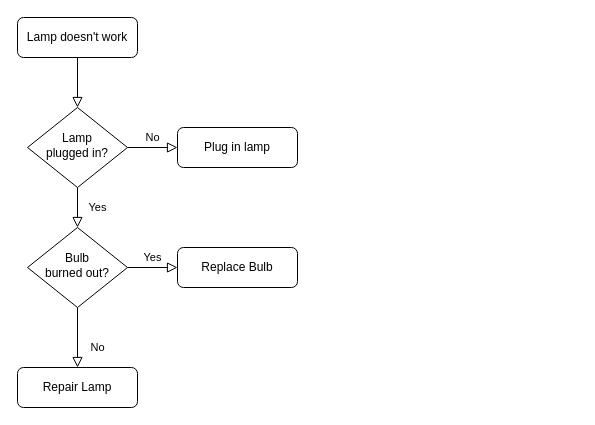
Before: Untitled Diagram.drawio in Cmart94/printf, a draw.io diagram. Source tidied: cells renumbered, new cells numbered last; positions are measured from the earlier drawing's top-left corner, leaving out a move shared by most shapes. Both pictures are drawn from the tidied source at 100%, with x=0, y=0 at pixel (17, 17).
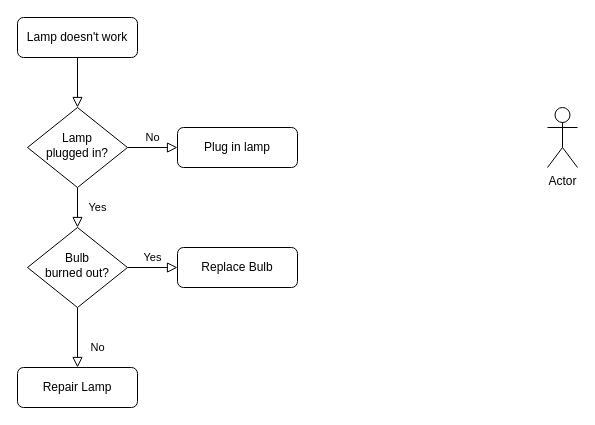
After the change.

Diff of the diagram source:
```diff
@@
 <mxGraphModel>
   <root>
     <mxCell id="0" />
     <mxCell id="1" parent="0" />
     <mxCell id="2" style="rounded=0;html=1;jettySize=auto;fontSize=11;endArrow=block;endFill=0;endSize=8;strokeWidth=1;shadow=0;labelBackgroundColor=none;edgeStyle=orthogonalEdgeStyle;" parent="1" edge="1" source="3" target="6">
       <mxGeometry relative="1" as="geometry" />
     </mxCell>
     <mxCell id="3" value="Lamp doesn't work" style="rounded=1;whiteSpace=wrap;html=1;fontSize=12;glass=0;strokeWidth=1;shadow=0;" parent="1" vertex="1">
       <mxGeometry width="120" height="40" as="geometry" />
     </mxCell>
     <mxCell id="4" value="Yes" style="rounded=0;html=1;jettySize=auto;fontSize=11;endArrow=block;endFill=0;endSize=8;strokeWidth=1;shadow=0;labelBackgroundColor=none;edgeStyle=orthogonalEdgeStyle;" parent="1" edge="1" source="6" target="10">
       <mxGeometry y="20" relative="1" as="geometry" />
     </mxCell>
     <mxCell id="5" value="No" style="edgeStyle=orthogonalEdgeStyle;rounded=0;html=1;jettySize=auto;fontSize=11;endArrow=block;endFill=0;endSize=8;strokeWidth=1;shadow=0;labelBackgroundColor=none;" parent="1" edge="1" source="6" target="7">
       <mxGeometry y="10" relative="1" as="geometry" />
     </mxCell>
     <mxCell id="6" value="Lamp&lt;br&gt;plugged in?" style="rhombus;whiteSpace=wrap;html=1;shadow=0;fontFamily=Helvetica;fontSize=12;align=center;strokeWidth=1;spacing=6;spacingTop=-4;" parent="1" vertex="1">
       <mxGeometry x="10" y="90" width="100" height="80" as="geometry" />
     </mxCell>
     <mxCell id="7" value="Plug in lamp" style="rounded=1;whiteSpace=wrap;html=1;fontSize=12;glass=0;strokeWidth=1;shadow=0;" parent="1" vertex="1">
       <mxGeometry x="160" y="110" width="120" height="40" as="geometry" />
     </mxCell>
     <mxCell id="8" value="No" style="rounded=0;html=1;jettySize=auto;fontSize=11;endArrow=block;endFill=0;endSize=8;strokeWidth=1;shadow=0;labelBackgroundColor=none;edgeStyle=orthogonalEdgeStyle;" parent="1" edge="1" source="10" target="11">
       <mxGeometry x="0.33" y="20" relative="1" as="geometry" />
     </mxCell>
     <mxCell id="9" value="Yes" style="edgeStyle=orthogonalEdgeStyle;rounded=0;html=1;jettySize=auto;fontSize=11;endArrow=block;endFill=0;endSize=8;strokeWidth=1;shadow=0;labelBackgroundColor=none;" parent="1" edge="1" source="10" target="12">
       <mxGeometry y="10" relative="1" as="geometry" />
     </mxCell>
     <mxCell id="10" value="Bulb&lt;br&gt;burned out?" style="rhombus;whiteSpace=wrap;html=1;shadow=0;fontFamily=Helvetica;fontSize=12;align=center;strokeWidth=1;spacing=6;spacingTop=-4;" parent="1" vertex="1">
       <mxGeometry x="10" y="210" width="100" height="80" as="geometry" />
     </mxCell>
     <mxCell id="11" value="Repair Lamp" style="rounded=1;whiteSpace=wrap;html=1;fontSize=12;glass=0;strokeWidth=1;shadow=0;" parent="1" vertex="1">
       <mxGeometry y="350" width="120" height="40" as="geometry" />
     </mxCell>
     <mxCell id="12" value="Replace Bulb" style="rounded=1;whiteSpace=wrap;html=1;fontSize=12;glass=0;strokeWidth=1;shadow=0;" parent="1" vertex="1">
       <mxGeometry x="160" y="230" width="120" height="40" as="geometry" />
     </mxCell>
+    <mxCell id="13" value="Actor" style="shape=umlActor;verticalLabelPosition=bottom;verticalAlign=top;html=1;" parent="1" vertex="1">
+      <mxGeometry x="530" y="90" width="30" height="60" as="geometry" />
+    </mxCell>
   </root>
 </mxGraphModel>
```
